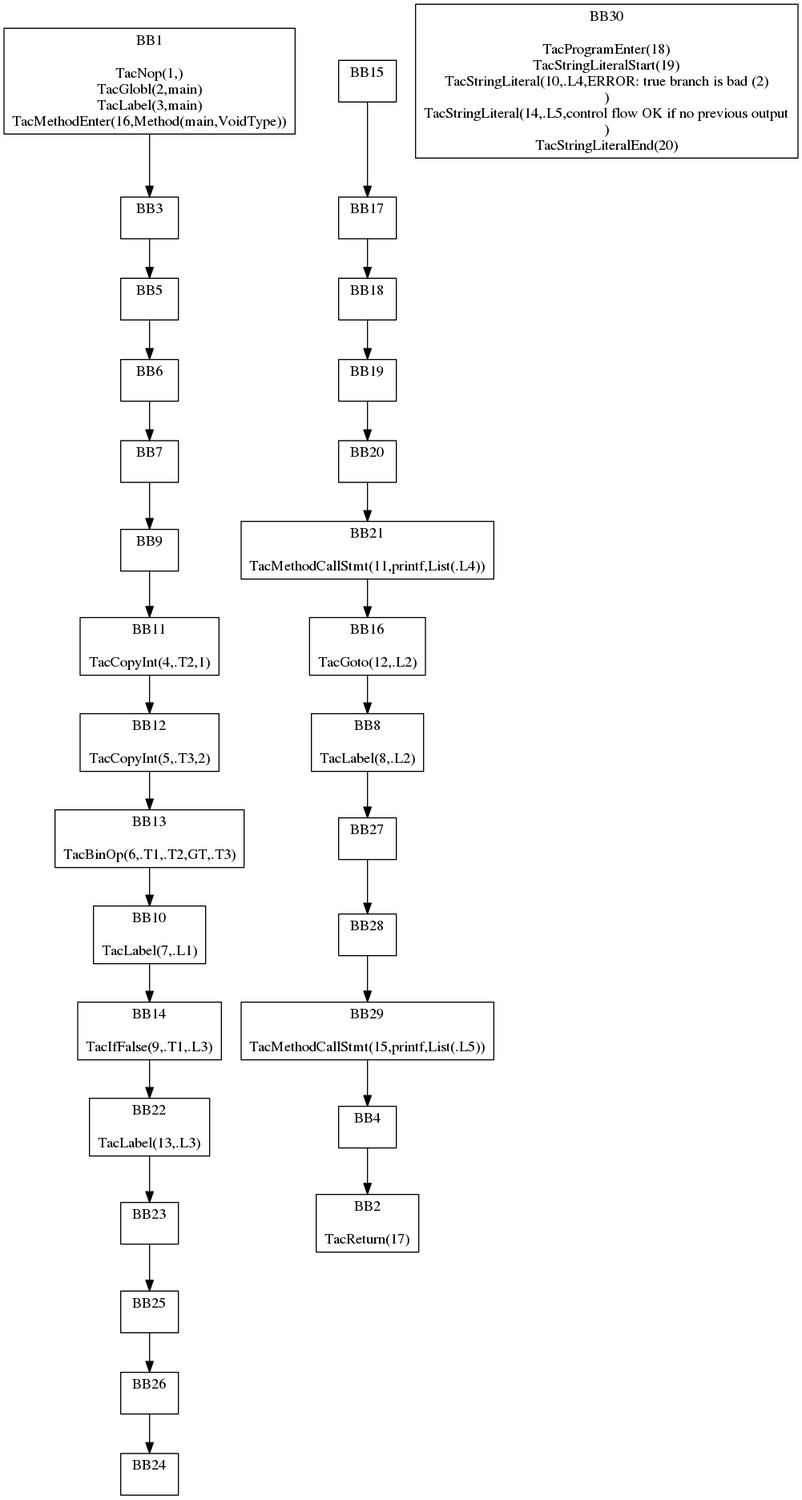
Earlier version of the Graphviz export ifelse.png (skoppula/decaf-compiler). Its source is kept beside it as ifelse.dot.
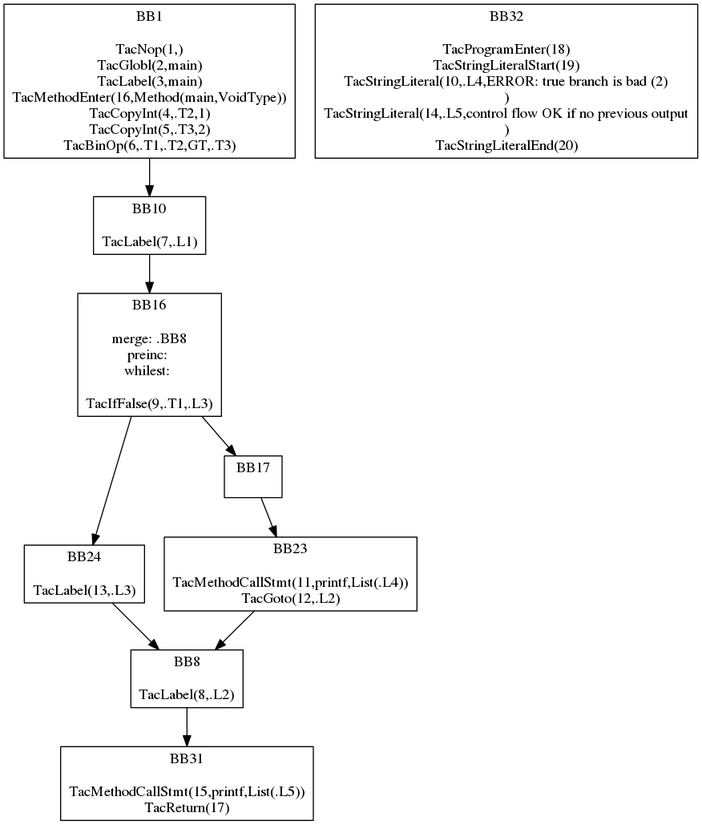
The same file after the commit.

What changed in the source:
```diff
@@ -1,59 +1,19 @@
 digraph G {
-	BB3 [shape=box,label="BB3\n\n"];
-	BB3 -> BB5;
-	BB2 [shape=box,label="BB2\n\nTacReturn(17)"];
-	BB26 [shape=box,label="BB26\n\n"];
-	BB26 -> BB24;
-	BB19 [shape=box,label="BB19\n\n"];
-	BB19 -> BB20;
-	BB22 [shape=box,label="BB22\n\nTacLabel(13,.L3)"];
-	BB22 -> BB23;
-	BB16 [shape=box,label="BB16\n\nTacGoto(12,.L2)"];
-	BB16 -> BB8;
+	BB16 [shape=box,label="BB16\n\nmerge: .BB8\npreinc: \nwhilest: \n\nTacIfFalse(9,.T1,.L3)"];
+	BB16 -> BB24;
+	BB16 -> BB17;
 	BB10 [shape=box,label="BB10\n\nTacLabel(7,.L1)"];
-	BB10 -> BB14;
-	BB29 [shape=box,label="BB29\n\nTacMethodCallStmt(15,printf,List(.L5))"];
-	BB29 -> BB4;
-	BB25 [shape=box,label="BB25\n\n"];
-	BB25 -> BB26;
-	BB1 [shape=box,label="BB1\n\nTacNop(1,)\nTacGlobl(2,main)\nTacLabel(3,main)\nTacMethodEnter(16,Method(main,VoidType))"];
-	BB1 -> BB3;
-	BB23 [shape=box,label="BB23\n\n"];
-	BB23 -> BB25;
-	BB28 [shape=box,label="BB28\n\n"];
-	BB28 -> BB29;
-	BB6 [shape=box,label="BB6\n\n"];
-	BB6 -> BB7;
-	BB7 [shape=box,label="BB7\n\n"];
-	BB7 -> BB9;
-	BB24 [shape=box,label="BB24\n\n"];
-	BB13 [shape=box,label="BB13\n\nTacBinOp(6,.T1,.T2,GT,.T3)"];
-	BB13 -> BB10;
-	BB5 [shape=box,label="BB5\n\n"];
-	BB5 -> BB6;
-	BB30 [shape=box,label="BB30\n\nTacProgramEnter(18)\nTacStringLiteralStart(19)\nTacStringLiteral(10,.L4,ERROR: true branch is bad (2)\n)\nTacStringLiteral(14,.L5,control flow OK if no previous output\n)\nTacStringLiteralEnd(20)"];
-	BB20 [shape=box,label="BB20\n\n"];
-	BB20 -> BB21;
+	BB10 -> BB16;
+	BB1 [shape=box,label="BB1\n\nTacNop(1,)\nTacGlobl(2,main)\nTacLabel(3,main)\nTacMethodEnter(16,Method(main,VoidType))\nTacCopyInt(4,.T2,1)\nTacCopyInt(5,.T3,2)\nTacBinOp(6,.T1,.T2,GT,.T3)"];
+	BB1 -> BB10;
+	BB23 [shape=box,label="BB23\n\nTacMethodCallStmt(11,printf,List(.L4))\nTacGoto(12,.L2)"];
+	BB23 -> BB8;
+	BB24 [shape=box,label="BB24\n\nTacLabel(13,.L3)"];
+	BB24 -> BB8;
+	BB32 [shape=box,label="BB32\n\nTacProgramEnter(18)\nTacStringLiteralStart(19)\nTacStringLiteral(10,.L4,ERROR: true branch is bad (2)\n)\nTacStringLiteral(14,.L5,control flow OK if no previous output\n)\nTacStringLiteralEnd(20)"];
+	BB31 [shape=box,label="BB31\n\nTacMethodCallStmt(15,printf,List(.L5))\nTacReturn(17)"];
 	BB17 [shape=box,label="BB17\n\n"];
-	BB17 -> BB18;
-	BB12 [shape=box,label="BB12\n\nTacCopyInt(5,.T3,2)"];
-	BB12 -> BB13;
-	BB14 [shape=box,label="BB14\n\nTacIfFalse(9,.T1,.L3)"];
-	BB14 -> BB22;
+	BB17 -> BB23;
 	BB8 [shape=box,label="BB8\n\nTacLabel(8,.L2)"];
-	BB8 -> BB27;
-	BB18 [shape=box,label="BB18\n\n"];
-	BB18 -> BB19;
-	BB4 [shape=box,label="BB4\n\n"];
-	BB4 -> BB2;
-	BB21 [shape=box,label="BB21\n\nTacMethodCallStmt(11,printf,List(.L4))"];
-	BB21 -> BB16;
-	BB27 [shape=box,label="BB27\n\n"];
-	BB27 -> BB28;
-	BB9 [shape=box,label="BB9\n\n"];
-	BB9 -> BB11;
-	BB11 [shape=box,label="BB11\n\nTacCopyInt(4,.T2,1)"];
-	BB11 -> BB12;
-	BB15 [shape=box,label="BB15\n\n"];
-	BB15 -> BB17;
+	BB8 -> BB31;
 }
```
